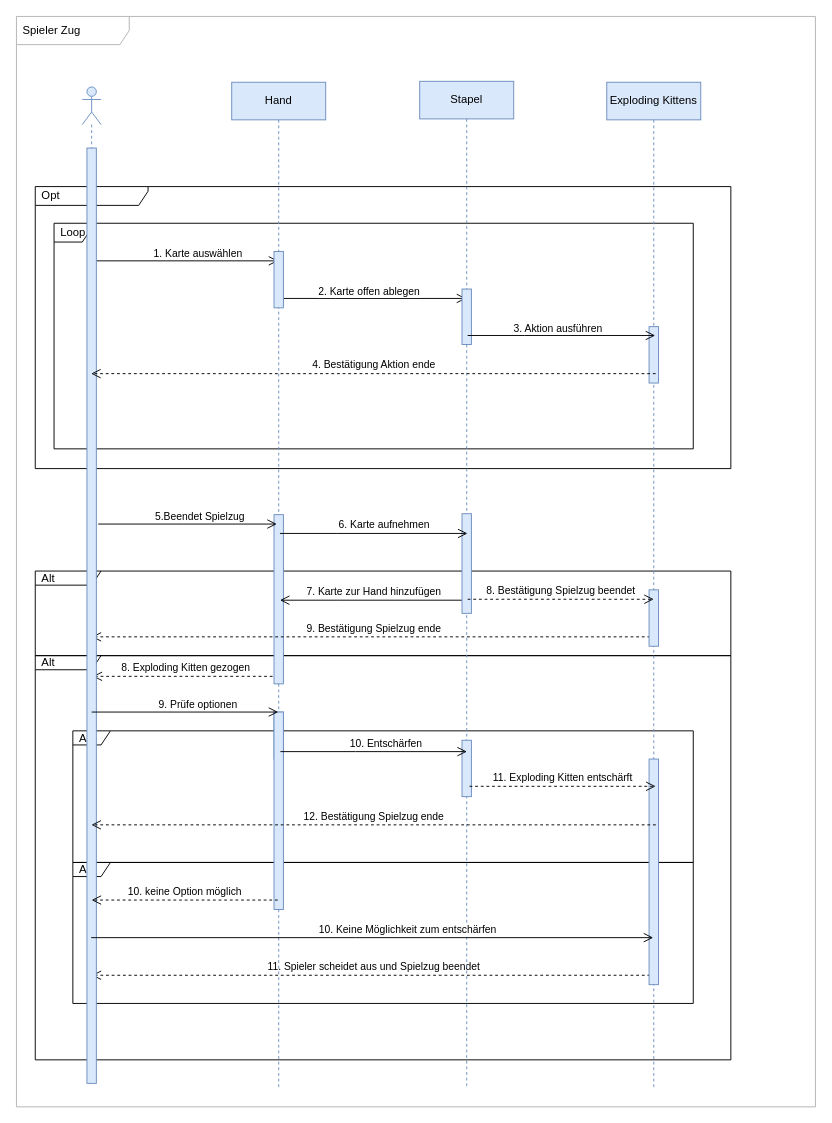
The draw.io diagram sequence_diagram/diagram/workspace/sequence.drawio in anuerk/se_exploding_kittens, before the edit. Source tidied: cells renumbered, new cells numbered last; positions are measured from the earlier drawing's top-left corner, leaving out a move shared by most shapes. Both pictures are drawn from the tidied source at 94%, with x=0, y=0 at pixel (16, 16).
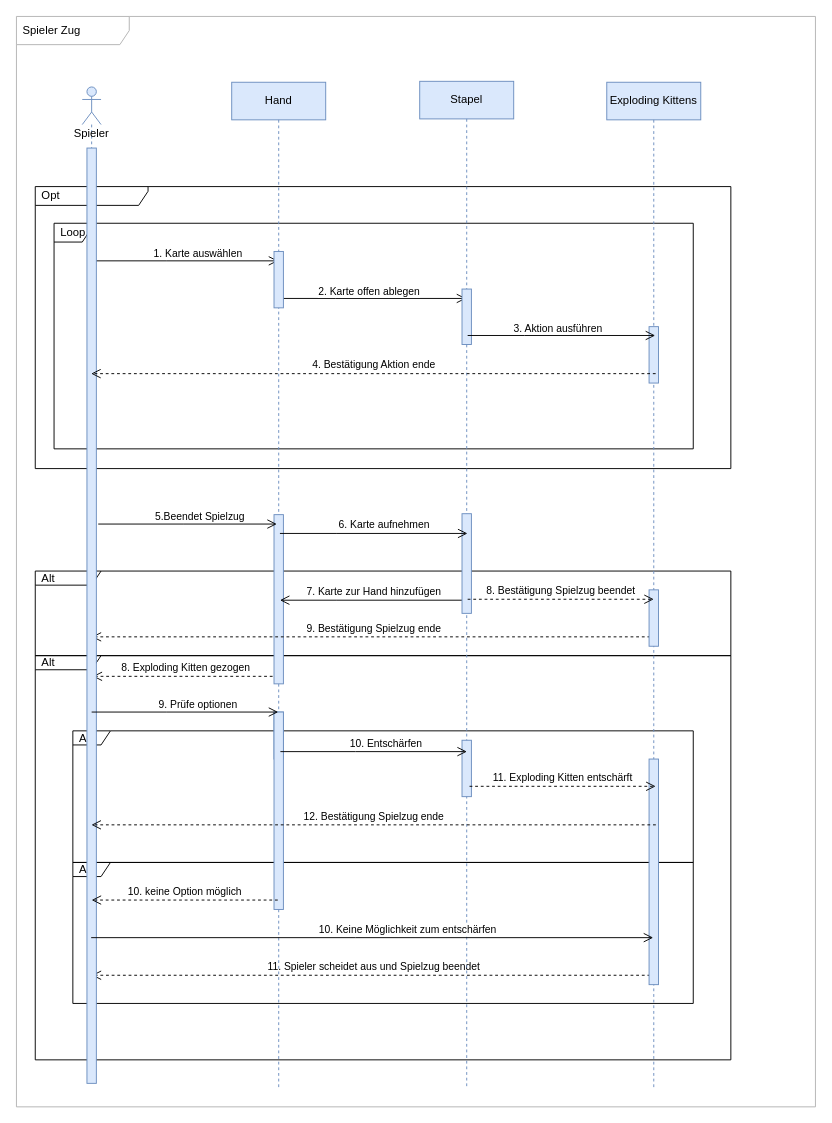
The same diagram, later.

Change to the diagram source:
```diff
@@
-    <mxCell id="31" style="shape=umlLifeline;participant=umlActor;perimeter=lifelinePerimeter;whiteSpace=wrap;html=1;verticalAlign=top;spacingTop=36;outlineConnect=0;rounded=0;labelBackgroundColor=none;strokeColor=#6c8ebf;fillColor=#dae8fc;" parent="1" vertex="1">
+    <mxCell id="31" value="Spieler" style="shape=umlLifeline;participant=umlActor;perimeter=lifelinePerimeter;whiteSpace=wrap;html=1;verticalAlign=top;spacingTop=36;outlineConnect=0;rounded=0;labelBackgroundColor=none;strokeColor=#6c8ebf;fillColor=#dae8fc;" parent="1" vertex="1">
       <mxGeometry x="70" y="75" width="20" height="1060" as="geometry" />
     </mxCell>
```
